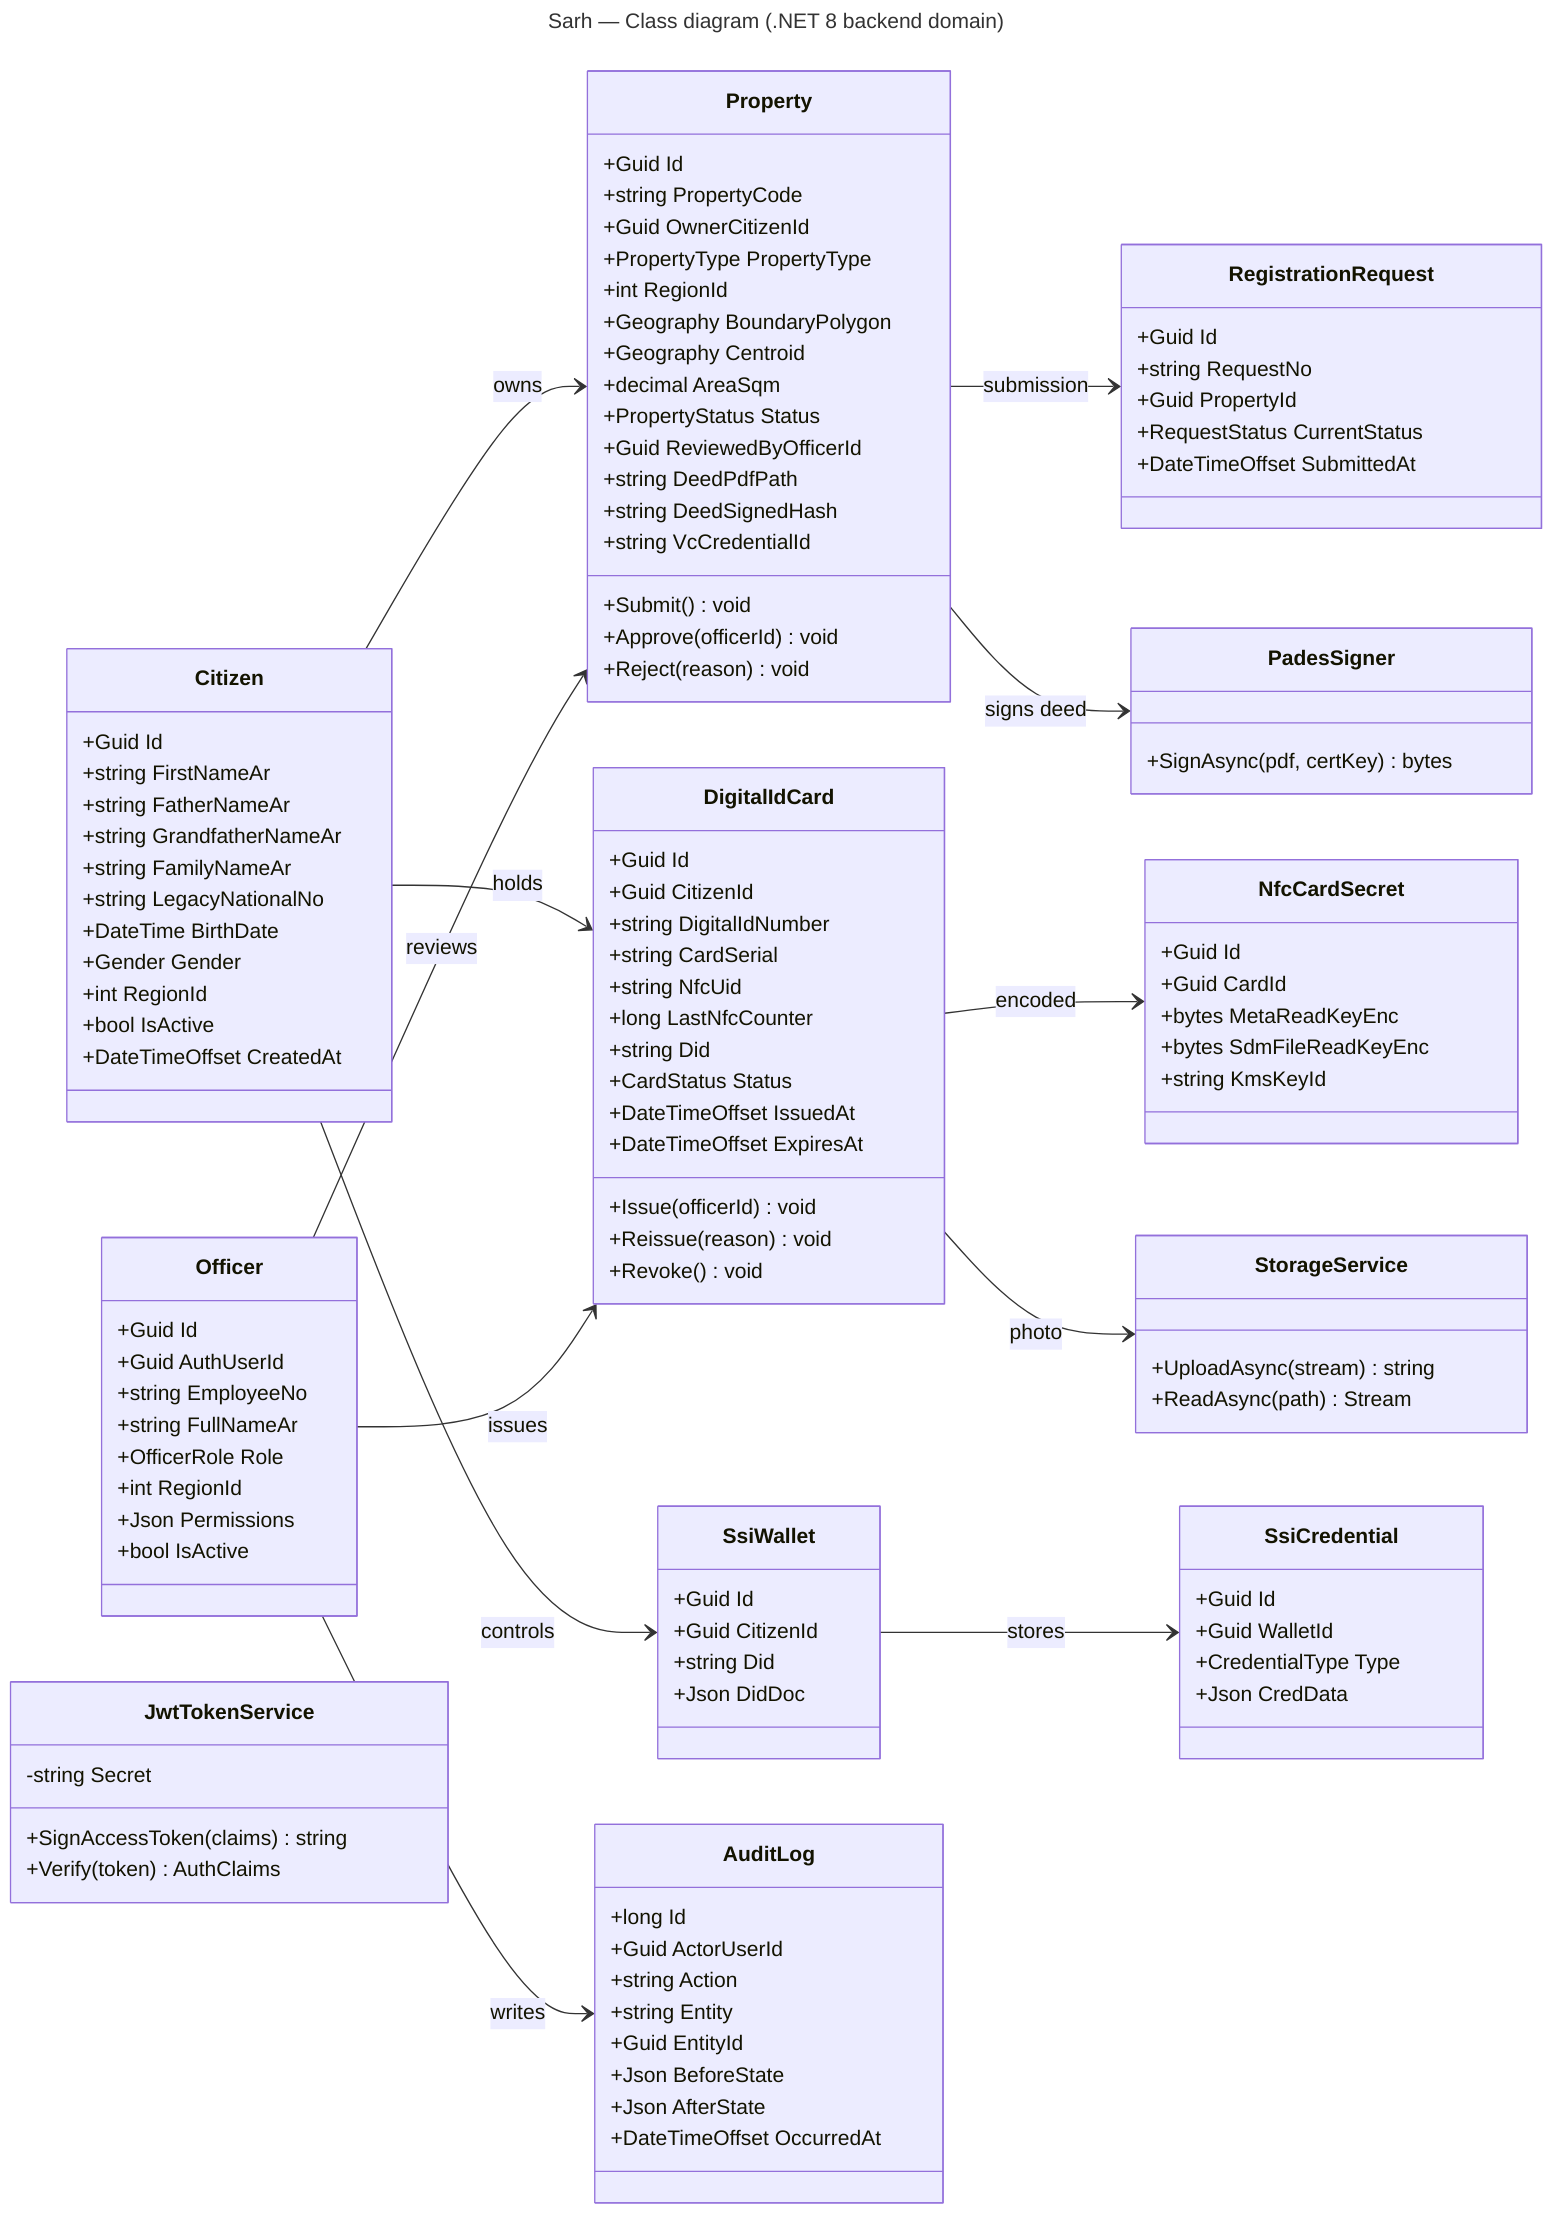
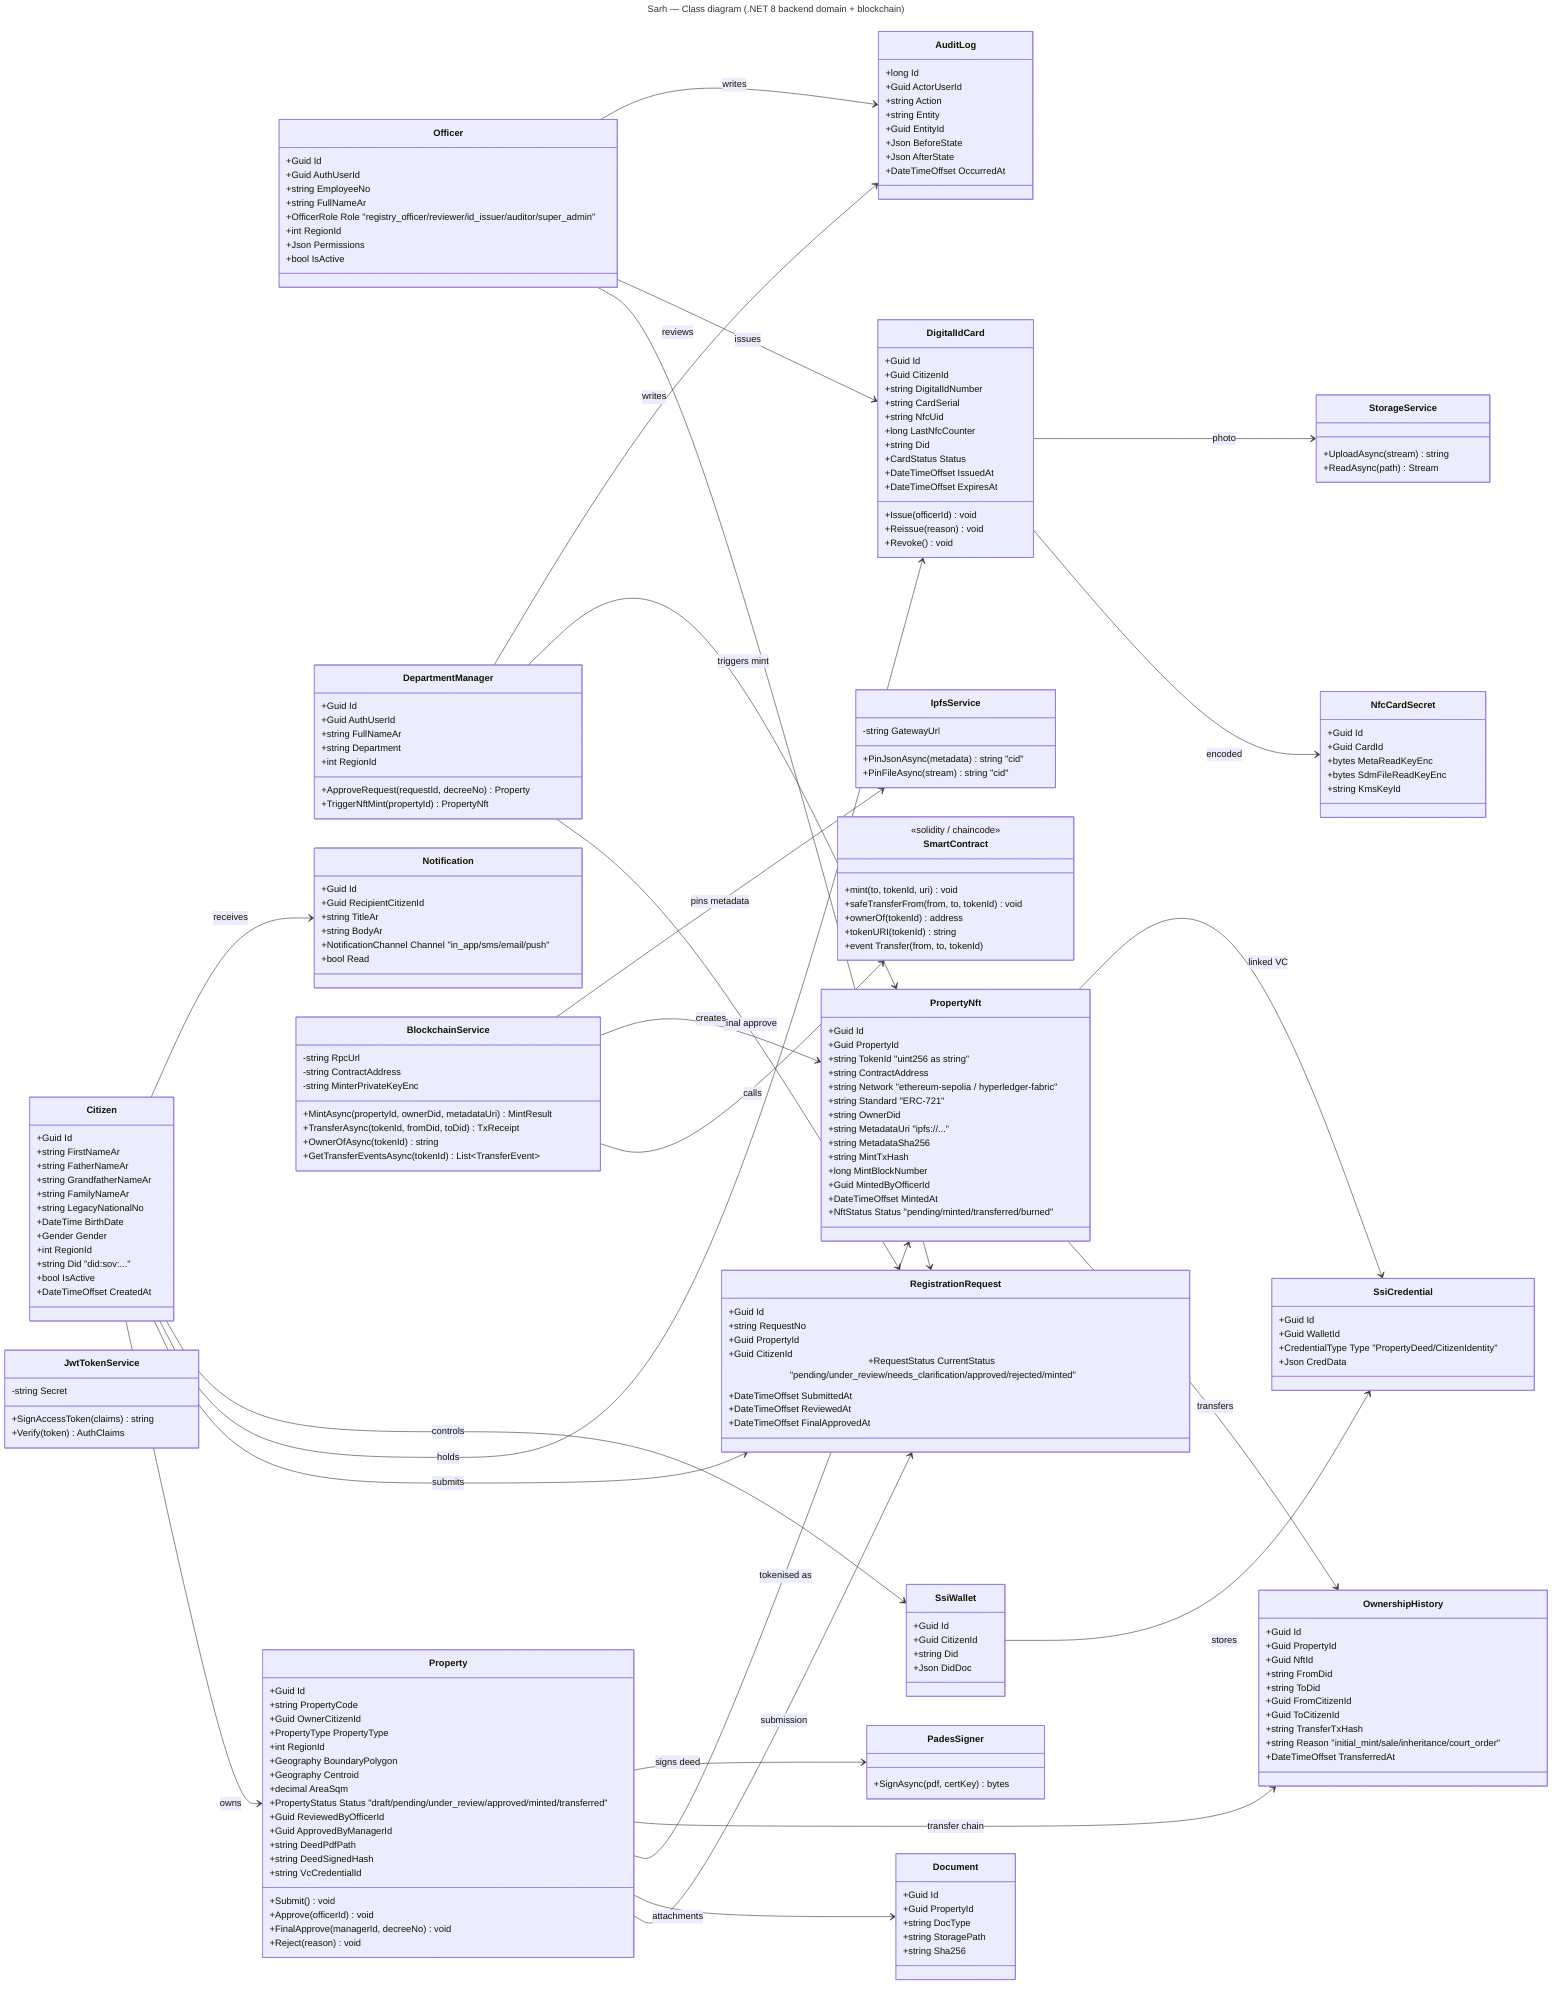
---
- title: Sarh — Class diagram (.NET 8 backend domain)
+ title: Sarh — Class diagram (.NET 8 backend domain + blockchain)
---
classDiagram
    direction LR

    class Citizen {
        +Guid Id
        +string FirstNameAr
        +string FatherNameAr
        +string GrandfatherNameAr
        +string FamilyNameAr
        +string LegacyNationalNo
        +DateTime BirthDate
        +Gender Gender
        +int RegionId
+         +string Did "did:sov:..."
        +bool IsActive
        +DateTimeOffset CreatedAt
    }

    class Officer {
        +Guid Id
        +Guid AuthUserId
        +string EmployeeNo
        +string FullNameAr
-         +OfficerRole Role
+         +OfficerRole Role "registry_officer/reviewer/id_issuer/auditor/super_admin"
        +int RegionId
        +Json Permissions
        +bool IsActive
+     }
+ 
+     class DepartmentManager {
+         +Guid Id
+         +Guid AuthUserId
+         +string FullNameAr
+         +string Department
+         +int RegionId
+         +ApproveRequest(requestId, decreeNo) Property
+         +TriggerNftMint(propertyId) PropertyNft
    }

    class Property {
        +Guid Id
        +string PropertyCode
        +Guid OwnerCitizenId
        +PropertyType PropertyType
        +int RegionId
        +Geography BoundaryPolygon
        +Geography Centroid
        +decimal AreaSqm
-         +PropertyStatus Status
+         +PropertyStatus Status "draft/pending/under_review/approved/minted/transferred"
        +Guid ReviewedByOfficerId
+         +Guid ApprovedByManagerId
        +string DeedPdfPath
        +string DeedSignedHash
        +string VcCredentialId
        +Submit() void
        +Approve(officerId) void
+         +FinalApprove(managerId, decreeNo) void
        +Reject(reason) void
    }

    class RegistrationRequest {
        +Guid Id
        +string RequestNo
        +Guid PropertyId
-         +RequestStatus CurrentStatus
+         +Guid CitizenId
+         +RequestStatus CurrentStatus "pending/under_review/needs_clarification/approved/rejected/minted"
        +DateTimeOffset SubmittedAt
+         +DateTimeOffset ReviewedAt
+         +DateTimeOffset FinalApprovedAt
+     }
+ 
+     class PropertyNft {
+         +Guid Id
+         +Guid PropertyId
+         +string TokenId "uint256 as string"
+         +string ContractAddress
+         +string Network "ethereum-sepolia / hyperledger-fabric"
+         +string Standard "ERC-721"
+         +string OwnerDid
+         +string MetadataUri "ipfs://..."
+         +string MetadataSha256
+         +string MintTxHash
+         +long MintBlockNumber
+         +Guid MintedByOfficerId
+         +DateTimeOffset MintedAt
+         +NftStatus Status "pending/minted/transferred/burned"
+     }
+ 
+     class OwnershipHistory {
+         +Guid Id
+         +Guid PropertyId
+         +Guid NftId
+         +string FromDid
+         +string ToDid
+         +Guid FromCitizenId
+         +Guid ToCitizenId
+         +string TransferTxHash
+         +string Reason "initial_mint/sale/inheritance/court_order"
+         +DateTimeOffset TransferredAt
+     }
+ 
+     class BlockchainService {
+         -string RpcUrl
+         -string ContractAddress
+         -string MinterPrivateKeyEnc
+         +MintAsync(propertyId, ownerDid, metadataUri) MintResult
+         +TransferAsync(tokenId, fromDid, toDid) TxReceipt
+         +OwnerOfAsync(tokenId) string
+         +GetTransferEventsAsync(tokenId) List~TransferEvent~
+     }
+ 
+     class SmartContract {
+         <<solidity / chaincode>>
+         +mint(to, tokenId, uri) void
+         +safeTransferFrom(from, to, tokenId) void
+         +ownerOf(tokenId) address
+         +tokenURI(tokenId) string
+         +event Transfer(from, to, tokenId)
+     }
+ 
+     class IpfsService {
+         -string GatewayUrl
+         +PinJsonAsync(metadata) string "cid"
+         +PinFileAsync(stream) string "cid"
+     }
+ 
+     class Notification {
+         +Guid Id
+         +Guid RecipientCitizenId
+         +string TitleAr
+         +string BodyAr
+         +NotificationChannel Channel "in_app/sms/email/push"
+         +bool Read
+     }
+ 
+     class Document {
+         +Guid Id
+         +Guid PropertyId
+         +string DocType
+         +string StoragePath
+         +string Sha256
    }

    class DigitalIdCard {
        +Guid Id
        +Guid CitizenId
        +string DigitalIdNumber
        +string CardSerial
        +string NfcUid
        +long LastNfcCounter
        +string Did
        +CardStatus Status
        +DateTimeOffset IssuedAt
        +DateTimeOffset ExpiresAt
        +Issue(officerId) void
        +Reissue(reason) void
        +Revoke() void
    }

    class NfcCardSecret {
        +Guid Id
        +Guid CardId
        +bytes MetaReadKeyEnc
        +bytes SdmFileReadKeyEnc
        +string KmsKeyId
    }

    class SsiWallet {
        +Guid Id
        +Guid CitizenId
        +string Did
        +Json DidDoc
    }

    class SsiCredential {
        +Guid Id
        +Guid WalletId
-         +CredentialType Type
+         +CredentialType Type "PropertyDeed/CitizenIdentity"
        +Json CredData
    }

    class AuditLog {
        +long Id
        +Guid ActorUserId
        +string Action
        +string Entity
        +Guid EntityId
        +Json BeforeState
        +Json AfterState
        +DateTimeOffset OccurredAt
    }

    class JwtTokenService {
        -string Secret
        +SignAccessToken(claims) string
        +Verify(token) AuthClaims
    }

    class StorageService {
        +UploadAsync(stream) string
        +ReadAsync(path) Stream
    }

    class PadesSigner {
        +SignAsync(pdf, certKey) bytes
    }

    Citizen --> Property : owns
+     Citizen --> RegistrationRequest : submits
    Citizen --> DigitalIdCard : holds
    Citizen --> SsiWallet : controls
-     Officer --> Property : reviews
+     Officer --> RegistrationRequest : reviews
    Officer --> DigitalIdCard : issues
+     DepartmentManager --> RegistrationRequest : final approve
+     DepartmentManager --> PropertyNft : triggers mint
    Property --> RegistrationRequest : submission
+     Property --> Document : attachments
+     Property --> PropertyNft : tokenised as
+     Property --> OwnershipHistory : transfer chain
+     PropertyNft --> OwnershipHistory : transfers
+     PropertyNft --> SsiCredential : linked VC
+     BlockchainService --> SmartContract : calls
+     BlockchainService --> PropertyNft : creates
+     BlockchainService --> IpfsService : pins metadata
    DigitalIdCard --> NfcCardSecret : encoded
    SsiWallet --> SsiCredential : stores
    Property --> PadesSigner : signs deed
    DigitalIdCard --> StorageService : photo
+     Citizen --> Notification : receives
    Officer --> AuditLog : writes
+     DepartmentManager --> AuditLog : writes
